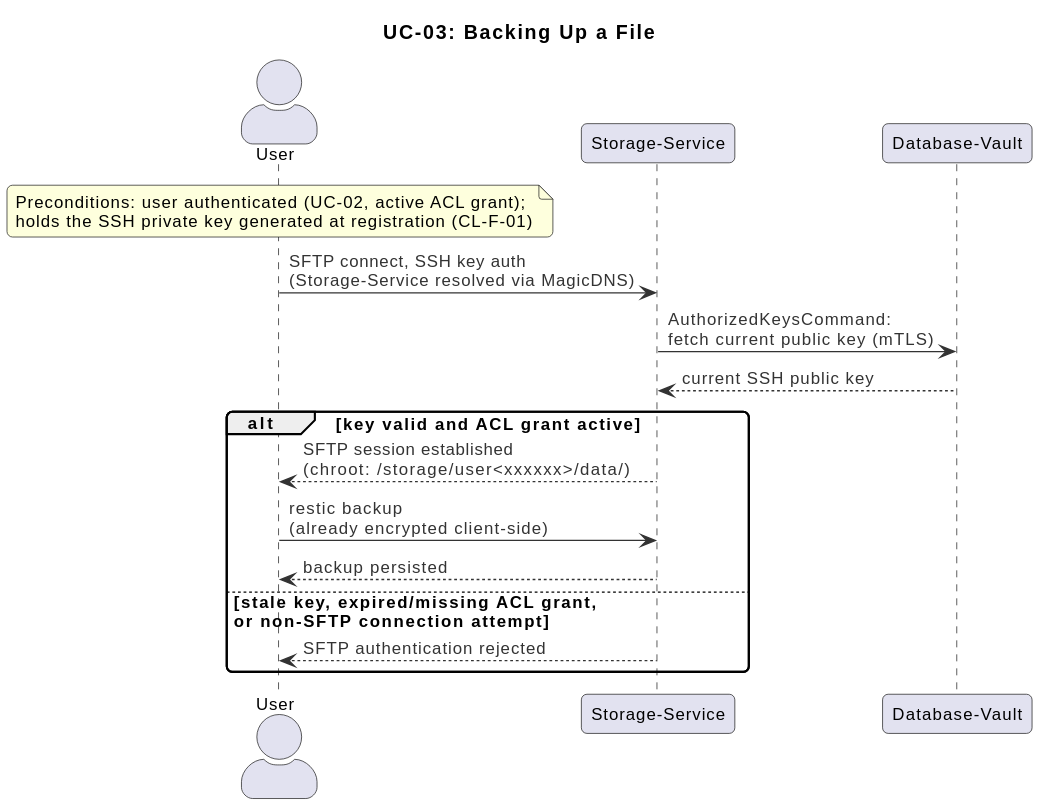
This is docs/design/diagrams/rendered/use-cases/05-sequence-uc03-backup.svg from Verryx-02/RAM-USB, a PlantUML export, as it was before one commit.
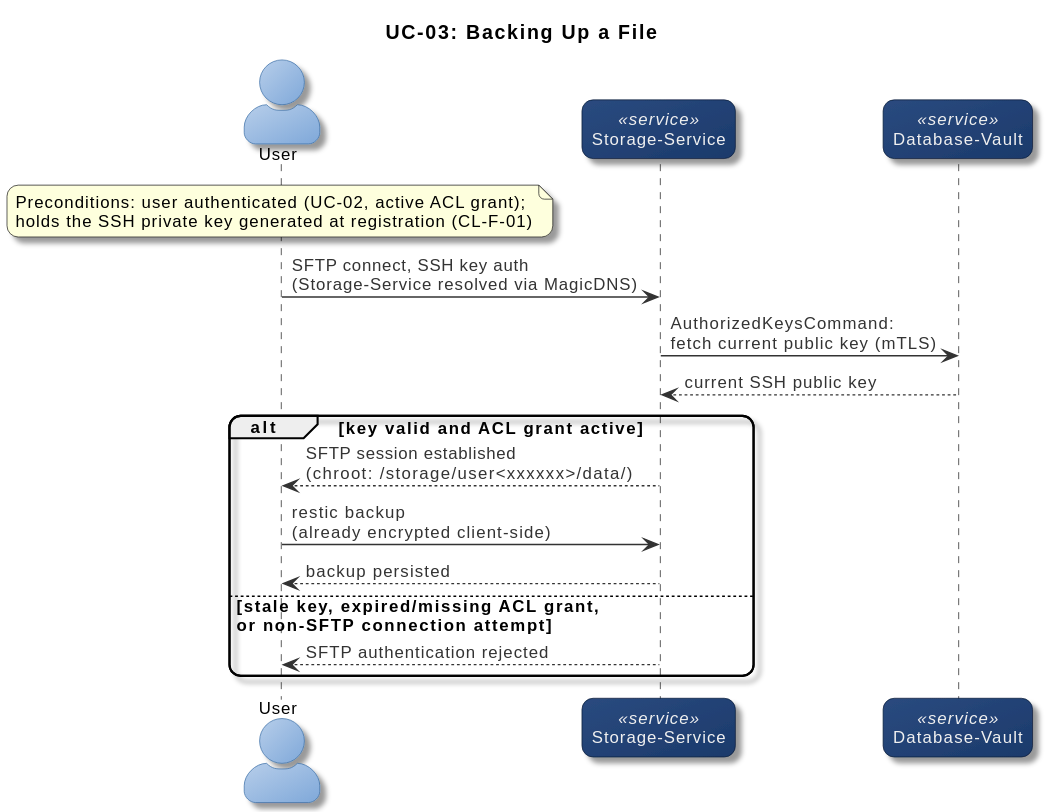
After the change.

Commit message:
docs(project): extend blu notte palette to use-case, sequence, storage, and metrics diagrams

What changed in the source:
```diff
@@ -4,8 +4,8 @@
 title UC-03: Backing Up a File
 
 actor User
-participant "Storage-Service" as ST
-participant "Database-Vault" as DV
+participant "Storage-Service" as ST <<service>>
+participant "Database-Vault" as DV <<service>>
 
 note over User
   Preconditions: user authenticated (UC-02, active ACL grant);
```
